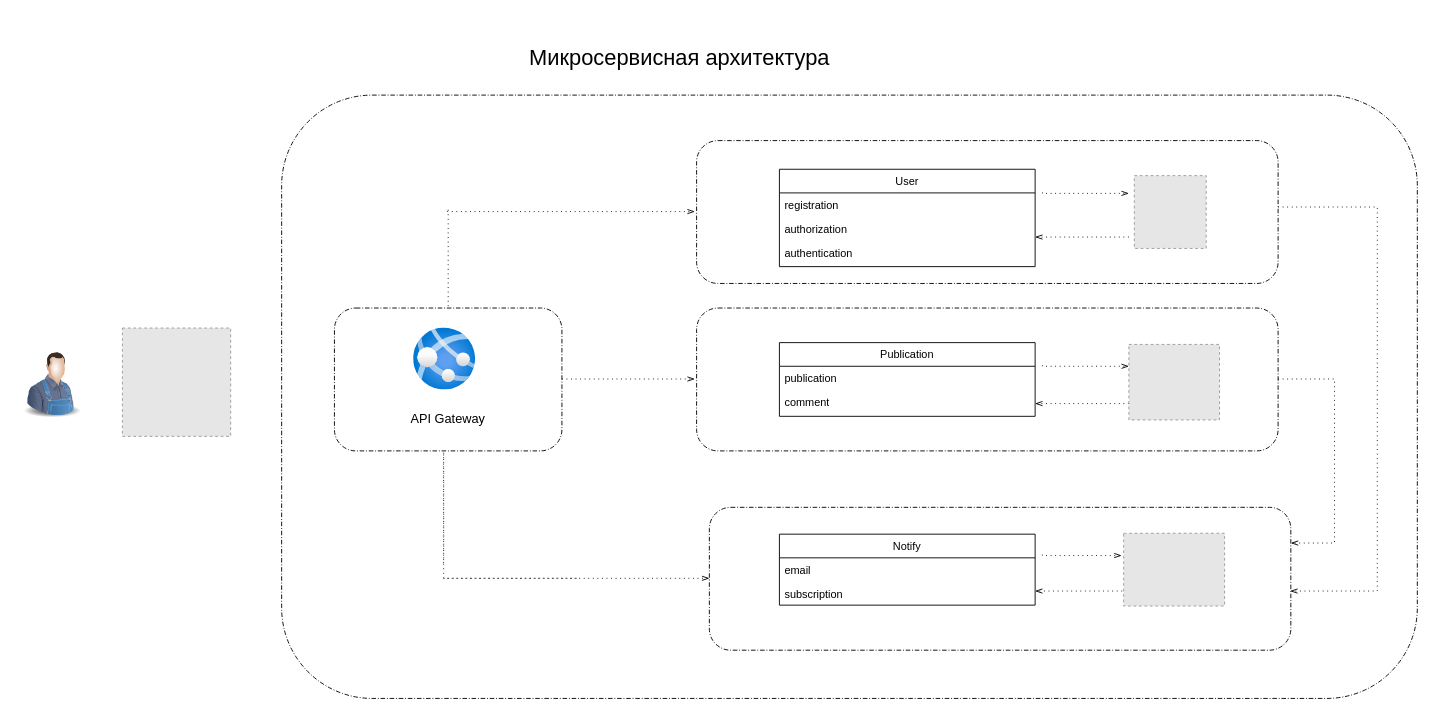
Above: specification.drawio in htmlacademy-nestjs/1267999-readme-9 (draw.io), before the change. Source tidied: cells renumbered, new cells numbered last; positions are measured from the earlier drawing's top-left corner, leaving out a move shared by most shapes. Both pictures are drawn from the tidied source at 91%, with x=0, y=0 at pixel (15, 44). Pictures stored in the file or linked from it are replaced by grey dashed boxes.
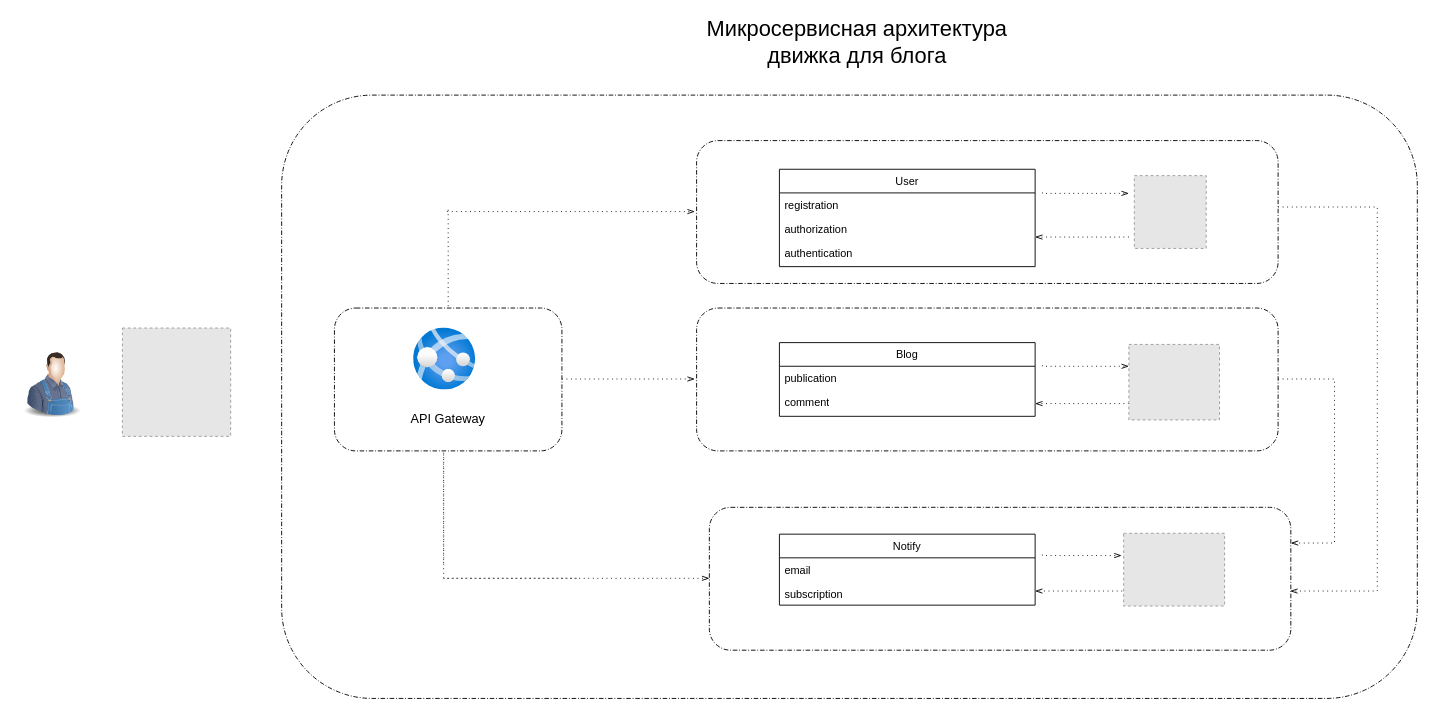
The same page after the edit.

What changed in the source:
```diff
@@
-    <mxCell id="7" value="&lt;font style=&quot;font-size: 24px;&quot;&gt;Микросервисная архитектура&lt;/font&gt;" style="text;strokeColor=none;fillColor=none;html=1;align=center;verticalAlign=middle;whiteSpace=wrap;rounded=0;fontSize=16;" parent="1" vertex="1">
-      <mxGeometry x="533.5" width="391" height="30" as="geometry" />
+    <mxCell id="7" value="&lt;font style=&quot;font-size: 24px;&quot;&gt;Микросервисная архитектура движка для блога&lt;/font&gt;" style="text;strokeColor=none;fillColor=none;html=1;align=center;verticalAlign=middle;whiteSpace=wrap;rounded=0;fontSize=16;" parent="1" vertex="1">
+      <mxGeometry x="729" y="-17" width="391" height="30" as="geometry" />
     </mxCell>
@@
-    <mxCell id="15" value="Publication" style="swimlane;fontStyle=0;horizontal=1;startSize=26;fillColor=none;whiteSpace=wrap;html=1;" parent="1" vertex="1">
+    <mxCell id="15" value="Blog" style="swimlane;fontStyle=0;horizontal=1;startSize=26;fillColor=none;whiteSpace=wrap;html=1;" parent="1" vertex="1">
       <mxGeometry x="839" y="328" width="281" height="81" as="geometry" />
     </mxCell>
@@
+    <mxCell id="38" style="edgeStyle=orthogonalEdgeStyle;rounded=0;orthogonalLoop=1;jettySize=auto;html=1;exitX=0.5;exitY=1;exitDx=0;exitDy=0;" parent="1" edge="1" source="7" target="7">
+      <mxGeometry relative="1" as="geometry" />
+    </mxCell>
```
